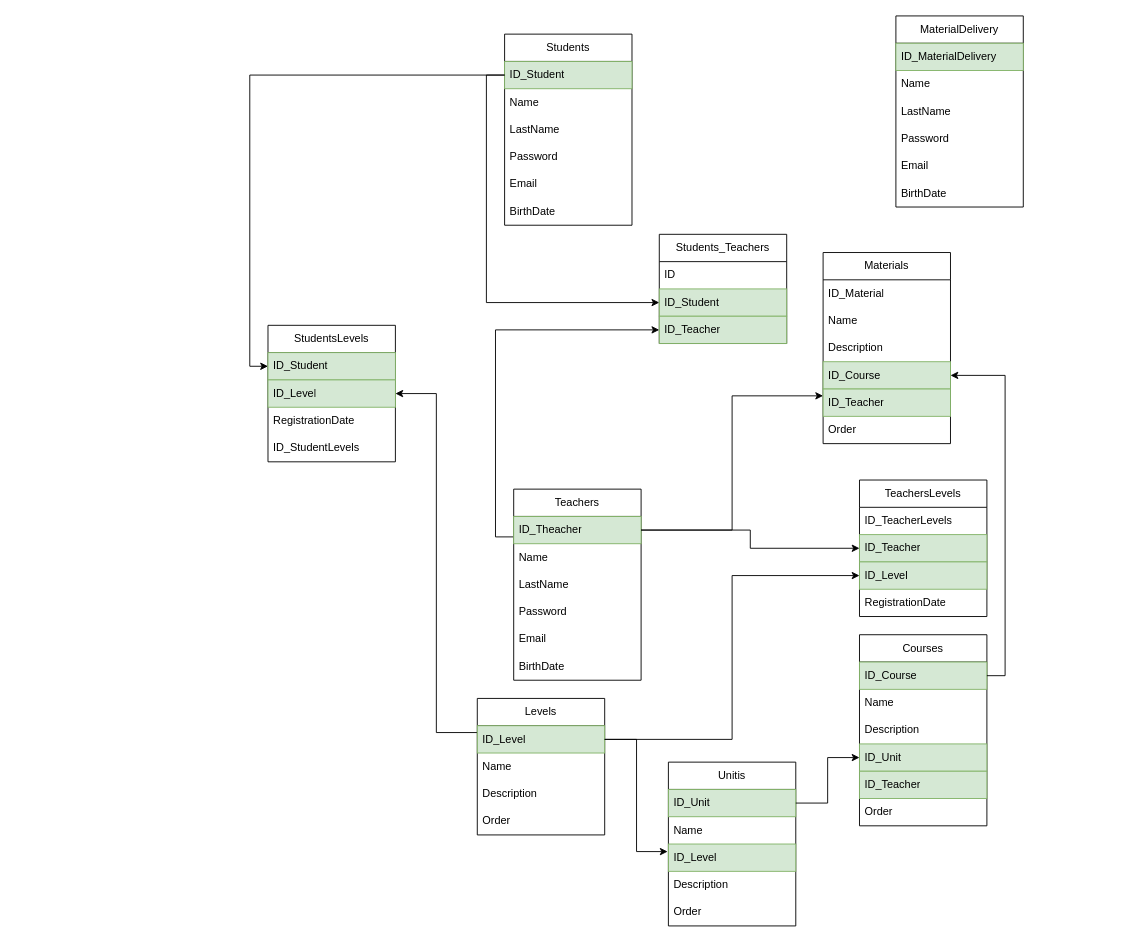
Earlier version of the draw.io diagram page "Página-2" (2 of 2) of in-ingles.drawio (leandroveron1110/DataAnalytics). Source tidied: cells renumbered, new cells numbered last; positions are measured from the earlier drawing's top-left corner, leaving out a move shared by most shapes. Both pictures are drawn from the tidied source at 91%, with x=0, y=0 at pixel (268, 15).
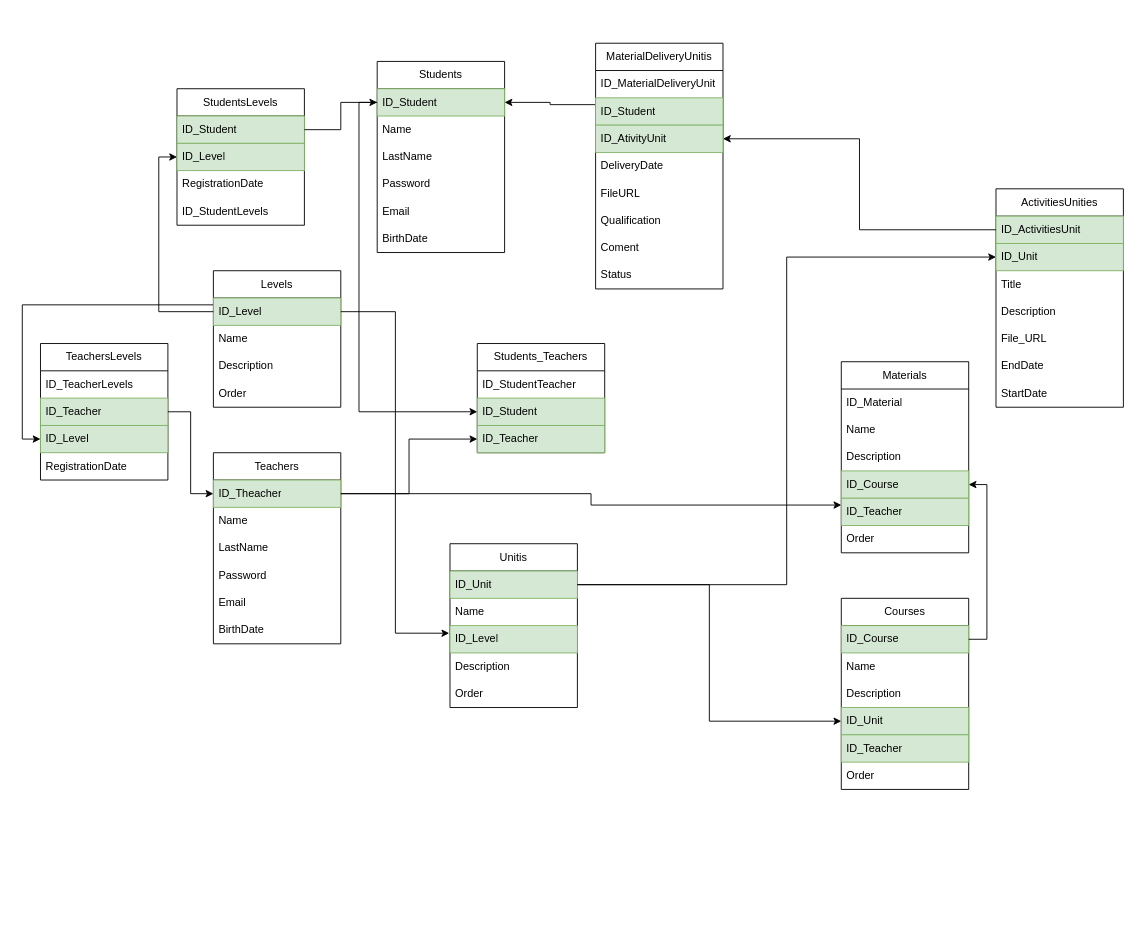
The same page after the edit.

Unchanged cells that the change refers to:
```xml
<mxCell id="3" value="ID_Student" style="text;strokeColor=#82b366;fillColor=#d5e8d4;align=left;verticalAlign=middle;spacingLeft=4;spacingRight=4;overflow=hidden;points=[[0,0.5],[1,0.5]];portConstraint=eastwest;whiteSpace=wrap;html=1;" parent="2" vertex="1">
  <mxGeometry y="30" width="140" height="30" as="geometry" />
</mxCell>
<mxCell id="11" value="ID_Theacher" style="text;strokeColor=#82b366;fillColor=#d5e8d4;align=left;verticalAlign=middle;spacingLeft=4;spacingRight=4;overflow=hidden;points=[[0,0.5],[1,0.5]];portConstraint=eastwest;whiteSpace=wrap;html=1;" parent="10" vertex="1">
  <mxGeometry y="30" width="140" height="30" as="geometry" />
</mxCell>
<mxCell id="20" value="ID_Teacher" style="text;strokeColor=#82b366;fillColor=#d5e8d4;align=left;verticalAlign=middle;spacingLeft=4;spacingRight=4;overflow=hidden;points=[[0,0.5],[1,0.5]];portConstraint=eastwest;whiteSpace=wrap;html=1;" parent="17" vertex="1">
  <mxGeometry y="90" width="140" height="30" as="geometry" />
</mxCell>
<mxCell id="23" value="ID_Level" style="text;strokeColor=#82b366;fillColor=#d5e8d4;align=left;verticalAlign=middle;spacingLeft=4;spacingRight=4;overflow=hidden;points=[[0,0.5],[1,0.5]];portConstraint=eastwest;whiteSpace=wrap;html=1;" parent="22" vertex="1">
  <mxGeometry y="30" width="140" height="30" as="geometry" />
</mxCell>
<mxCell id="28" value="ID_Student" style="text;strokeColor=#82b366;fillColor=#d5e8d4;align=left;verticalAlign=middle;spacingLeft=4;spacingRight=4;overflow=hidden;points=[[0,0.5],[1,0.5]];portConstraint=eastwest;whiteSpace=wrap;html=1;" parent="27" vertex="1">
  <mxGeometry y="30" width="140" height="30" as="geometry" />
</mxCell>
<mxCell id="35" value="ID_Teacher" style="text;strokeColor=#82b366;fillColor=#d5e8d4;align=left;verticalAlign=middle;spacingLeft=4;spacingRight=4;overflow=hidden;points=[[0,0.5],[1,0.5]];portConstraint=eastwest;whiteSpace=wrap;html=1;" parent="33" vertex="1">
  <mxGeometry y="60" width="140" height="30" as="geometry" />
</mxCell>
<mxCell id="36" value="ID_Level" style="text;strokeColor=#82b366;fillColor=#d5e8d4;align=left;verticalAlign=middle;spacingLeft=4;spacingRight=4;overflow=hidden;points=[[0,0.5],[1,0.5]];portConstraint=eastwest;whiteSpace=wrap;html=1;" parent="33" vertex="1">
  <mxGeometry y="90" width="140" height="30" as="geometry" />
</mxCell>
<mxCell id="41" value="ID_Unit" style="text;align=left;verticalAlign=middle;spacingLeft=4;spacingRight=4;overflow=hidden;points=[[0,0.5],[1,0.5]];portConstraint=eastwest;whiteSpace=wrap;html=1;fillColor=#d5e8d4;strokeColor=#82b366;" parent="40" vertex="1">
  <mxGeometry y="30" width="140" height="30" as="geometry" />
</mxCell>
```

Diff of the diagram source:
```diff
@@
     <mxCell id="2" value="Students" style="swimlane;fontStyle=0;horizontal=1;startSize=30;whiteSpace=wrap;html=1;" parent="1" vertex="1">
-      <mxGeometry x="260" y="20" width="140" height="210" as="geometry" />
+      <mxGeometry x="120" y="50" width="140" height="210" as="geometry" />
     </mxCell>
@@
-    <mxCell id="9" style="edgeStyle=orthogonalEdgeStyle;rounded=0;jettySize=auto;html=1;exitX=0;exitY=0.25;exitDx=0;exitDy=0;entryX=0;entryY=0.5;entryDx=0;entryDy=0;" parent="1" edge="1" source="10" target="20">
-      <mxGeometry relative="1" as="geometry" />
-    </mxCell>
     <mxCell id="10" value="Teachers" style="swimlane;fontStyle=0;horizontal=1;startSize=30;whiteSpace=wrap;html=1;" parent="1" vertex="1">
-      <mxGeometry x="270" y="520" width="140" height="210" as="geometry" />
+      <mxGeometry x="-60" y="480" width="140" height="210" as="geometry" />
     </mxCell>
@@
     <mxCell id="17" value="Students_Teachers" style="swimlane;fontStyle=0;horizontal=1;startSize=30;whiteSpace=wrap;html=1;" parent="1" vertex="1">
-      <mxGeometry x="430" y="240" width="140" height="120" as="geometry" />
+      <mxGeometry x="230" y="360" width="140" height="120" as="geometry" />
     </mxCell>
-    <mxCell id="18" value="ID" style="text;strokeColor=none;fillColor=none;align=left;verticalAlign=middle;spacingLeft=4;spacingRight=4;overflow=hidden;whiteSpace=wrap;html=1;" parent="17" vertex="1">
+    <mxCell id="18" value="ID_StudentTeacher" style="text;strokeColor=none;fillColor=none;align=left;verticalAlign=middle;spacingLeft=4;spacingRight=4;overflow=hidden;whiteSpace=wrap;html=1;" parent="17" vertex="1">
       <mxGeometry y="30" width="140" height="30" as="geometry" />
     </mxCell>
@@
-    <mxCell id="21" style="edgeStyle=orthogonalEdgeStyle;rounded=0;jettySize=auto;html=1;exitX=0;exitY=0.25;exitDx=0;exitDy=0;entryX=1;entryY=0.5;entryDx=0;entryDy=0;" parent="1" edge="1" source="22" target="27">
-      <mxGeometry relative="1" as="geometry" />
-    </mxCell>
+    <mxCell id="72" style="edgeStyle=orthogonalEdgeStyle;rounded=0;jettySize=auto;html=1;exitX=0;exitY=0.25;exitDx=0;exitDy=0;entryX=0;entryY=0.5;entryDx=0;entryDy=0;" parent="1" edge="1" source="22" target="36">
+      <mxGeometry relative="1" as="geometry" />
+    </mxCell>
     <mxCell id="22" value="Levels" style="swimlane;fontStyle=0;horizontal=1;startSize=30;whiteSpace=wrap;html=1;" parent="1" vertex="1">
-      <mxGeometry x="230" y="750" width="140" height="150" as="geometry" />
+      <mxGeometry x="-60" y="280" width="140" height="150" as="geometry" />
     </mxCell>
@@
     <mxCell id="27" value="StudentsLevels" style="swimlane;fontStyle=0;horizontal=1;startSize=30;whiteSpace=wrap;html=1;" parent="1" vertex="1">
-      <mxGeometry y="340" width="140" height="150" as="geometry" />
+      <mxGeometry x="-100" y="80" width="140" height="150" as="geometry" />
     </mxCell>
@@
-    <mxCell id="32" style="edgeStyle=orthogonalEdgeStyle;rounded=0;jettySize=auto;html=1;exitX=0;exitY=0.5;exitDx=0;exitDy=0;entryX=0;entryY=0.5;entryDx=0;entryDy=0;" parent="1" edge="1" source="3" target="28">
-      <mxGeometry relative="1" as="geometry" />
-    </mxCell>
     <mxCell id="33" value="TeachersLevels" style="swimlane;fontStyle=0;horizontal=1;startSize=30;whiteSpace=wrap;html=1;" parent="1" vertex="1">
-      <mxGeometry x="650" y="510" width="140" height="150" as="geometry" />
+      <mxGeometry x="-250" y="360" width="140" height="150" as="geometry" />
     </mxCell>
@@
-    <mxCell id="38" style="edgeStyle=orthogonalEdgeStyle;rounded=0;jettySize=auto;html=1;exitX=1;exitY=0.5;exitDx=0;exitDy=0;entryX=0;entryY=0.5;entryDx=0;entryDy=0;" parent="1" edge="1" source="11" target="35">
-      <mxGeometry relative="1" as="geometry" />
-    </mxCell>
-    <mxCell id="39" style="edgeStyle=orthogonalEdgeStyle;rounded=0;jettySize=auto;html=1;exitX=1;exitY=0.5;exitDx=0;exitDy=0;entryX=0;entryY=0.5;entryDx=0;entryDy=0;" parent="1" edge="1" source="23" target="36">
-      <mxGeometry relative="1" as="geometry" />
-    </mxCell>
     <mxCell id="40" value="Unitis" style="swimlane;fontStyle=0;horizontal=1;startSize=30;whiteSpace=wrap;html=1;" parent="1" vertex="1">
-      <mxGeometry x="440" y="820" width="140" height="180" as="geometry" />
+      <mxGeometry x="200" y="580" width="140" height="180" as="geometry" />
     </mxCell>
@@
     <mxCell id="47" value="Courses" style="swimlane;fontStyle=0;horizontal=1;startSize=30;whiteSpace=wrap;html=1;" parent="1" vertex="1">
-      <mxGeometry x="650" y="680" width="140" height="210" as="geometry" />
+      <mxGeometry x="630" y="640" width="140" height="210" as="geometry" />
     </mxCell>
@@
     <mxCell id="55" value="Materials" style="swimlane;fontStyle=0;horizontal=1;startSize=30;whiteSpace=wrap;html=1;" parent="1" vertex="1">
-      <mxGeometry x="610" y="260" width="140" height="210" as="geometry" />
+      <mxGeometry x="630" y="380" width="140" height="210" as="geometry" />
     </mxCell>
@@
+    <mxCell id="73" style="edgeStyle=orthogonalEdgeStyle;rounded=0;jettySize=auto;html=1;exitX=0;exitY=0.25;exitDx=0;exitDy=0;entryX=1;entryY=0.5;entryDx=0;entryDy=0;" parent="1" edge="1" source="65" target="3">
+      <mxGeometry relative="1" as="geometry" />
+    </mxCell>
-    <mxCell id="65" value="MaterialDelivery" style="swimlane;fontStyle=0;horizontal=1;startSize=30;whiteSpace=wrap;html=1;" parent="1" vertex="1">
-      <mxGeometry x="690" width="140" height="210" as="geometry" />
+    <mxCell id="65" value="MaterialDeliveryUnitis" style="swimlane;fontStyle=0;horizontal=1;startSize=30;whiteSpace=wrap;html=1;" parent="1" vertex="1">
+      <mxGeometry x="360" y="30" width="140" height="270" as="geometry" />
     </mxCell>
-    <mxCell id="66" value="ID_MaterialDelivery" style="text;strokeColor=#82b366;fillColor=#d5e8d4;align=left;verticalAlign=middle;spacingLeft=4;spacingRight=4;overflow=hidden;whiteSpace=wrap;html=1;" parent="65" vertex="1">
+    <mxCell id="66" value="ID_MaterialDeliveryUnit" style="text;align=left;verticalAlign=middle;spacingLeft=4;spacingRight=4;overflow=hidden;whiteSpace=wrap;html=1;" parent="65" vertex="1">
       <mxGeometry y="30" width="140" height="30" as="geometry" />
     </mxCell>
-    <mxCell id="67" value="Name" style="text;strokeColor=none;fillColor=none;align=left;verticalAlign=middle;spacingLeft=4;spacingRight=4;overflow=hidden;whiteSpace=wrap;html=1;" parent="65" vertex="1">
+    <mxCell id="67" value="ID_Student" style="text;strokeColor=#82b366;fillColor=#d5e8d4;align=left;verticalAlign=middle;spacingLeft=4;spacingRight=4;overflow=hidden;whiteSpace=wrap;html=1;" parent="65" vertex="1">
       <mxGeometry y="60" width="140" height="30" as="geometry" />
     </mxCell>
-    <mxCell id="68" value="LastName" style="text;strokeColor=none;fillColor=none;align=left;verticalAlign=middle;spacingLeft=4;spacingRight=4;overflow=hidden;points=[[0,0.5],[1,0.5]];portConstraint=eastwest;whiteSpace=wrap;html=1;" parent="65" vertex="1">
+    <mxCell id="68" value="ID_AtivityUnit" style="text;strokeColor=#82b366;fillColor=#d5e8d4;align=left;verticalAlign=middle;spacingLeft=4;spacingRight=4;overflow=hidden;points=[[0,0.5],[1,0.5]];portConstraint=eastwest;whiteSpace=wrap;html=1;" parent="65" vertex="1">
       <mxGeometry y="90" width="140" height="30" as="geometry" />
     </mxCell>
-    <mxCell id="69" value="Password" style="text;strokeColor=none;fillColor=none;align=left;verticalAlign=middle;spacingLeft=4;spacingRight=4;overflow=hidden;whiteSpace=wrap;html=1;" parent="65" vertex="1">
+    <mxCell id="69" value="DeliveryDate" style="text;strokeColor=none;fillColor=none;align=left;verticalAlign=middle;spacingLeft=4;spacingRight=4;overflow=hidden;whiteSpace=wrap;html=1;" parent="65" vertex="1">
       <mxGeometry y="120" width="140" height="30" as="geometry" />
     </mxCell>
-    <mxCell id="70" value="Email" style="text;strokeColor=none;fillColor=none;align=left;verticalAlign=middle;spacingLeft=4;spacingRight=4;overflow=hidden;whiteSpace=wrap;html=1;" parent="65" vertex="1">
+    <mxCell id="70" value="FileURL" style="text;strokeColor=none;fillColor=none;align=left;verticalAlign=middle;spacingLeft=4;spacingRight=4;overflow=hidden;whiteSpace=wrap;html=1;" parent="65" vertex="1">
       <mxGeometry y="150" width="140" height="30" as="geometry" />
     </mxCell>
-    <mxCell id="71" value="BirthDate" style="text;strokeColor=none;fillColor=none;align=left;verticalAlign=middle;spacingLeft=4;spacingRight=4;overflow=hidden;whiteSpace=wrap;html=1;" parent="65" vertex="1">
+    <mxCell id="71" value="Qualification" style="text;strokeColor=none;fillColor=none;align=left;verticalAlign=middle;spacingLeft=4;spacingRight=4;overflow=hidden;whiteSpace=wrap;html=1;" parent="65" vertex="1">
       <mxGeometry y="180" width="140" height="30" as="geometry" />
     </mxCell>
+    <mxCell id="74" value="Coment" style="text;strokeColor=none;fillColor=none;align=left;verticalAlign=middle;spacingLeft=4;spacingRight=4;overflow=hidden;whiteSpace=wrap;html=1;" parent="65" vertex="1">
+      <mxGeometry y="210" width="140" height="30" as="geometry" />
+    </mxCell>
+    <mxCell id="75" value="Status" style="text;strokeColor=none;fillColor=none;align=left;verticalAlign=middle;spacingLeft=4;spacingRight=4;overflow=hidden;whiteSpace=wrap;html=1;" parent="65" vertex="1">
+      <mxGeometry y="240" width="140" height="30" as="geometry" />
+    </mxCell>
+    <mxCell id="76" value="ActivitiesUnities" style="swimlane;fontStyle=0;horizontal=1;startSize=30;whiteSpace=wrap;html=1;" parent="1" vertex="1">
+      <mxGeometry x="800" y="190" width="140" height="240" as="geometry" />
+    </mxCell>
+    <mxCell id="77" value="ID_ActivitiesUnit" style="text;align=left;verticalAlign=middle;spacingLeft=4;spacingRight=4;overflow=hidden;points=[[0,0.5],[1,0.5]];portConstraint=eastwest;whiteSpace=wrap;html=1;fillColor=#d5e8d4;strokeColor=#82b366;" parent="76" vertex="1">
+      <mxGeometry y="30" width="140" height="30" as="geometry" />
+    </mxCell>
+    <mxCell id="78" value="ID_Unit" style="text;strokeColor=#82b366;fillColor=#d5e8d4;align=left;verticalAlign=middle;spacingLeft=4;spacingRight=4;overflow=hidden;points=[[0,0.5],[1,0.5]];portConstraint=eastwest;whiteSpace=wrap;html=1;" parent="76" vertex="1">
+      <mxGeometry y="60" width="140" height="30" as="geometry" />
+    </mxCell>
+    <mxCell id="79" value="Title" style="text;strokeColor=none;fillColor=none;align=left;verticalAlign=middle;spacingLeft=4;spacingRight=4;overflow=hidden;whiteSpace=wrap;html=1;" parent="76" vertex="1">
+      <mxGeometry y="90" width="140" height="30" as="geometry" />
+    </mxCell>
+    <mxCell id="80" value="Description" style="text;strokeColor=none;fillColor=none;align=left;verticalAlign=middle;spacingLeft=4;spacingRight=4;overflow=hidden;whiteSpace=wrap;html=1;" parent="76" vertex="1">
+      <mxGeometry y="120" width="140" height="30" as="geometry" />
+    </mxCell>
+    <mxCell id="81" value="File_URL" style="text;strokeColor=none;fillColor=none;align=left;verticalAlign=middle;spacingLeft=4;spacingRight=4;overflow=hidden;whiteSpace=wrap;html=1;" parent="76" vertex="1">
+      <mxGeometry y="150" width="140" height="30" as="geometry" />
+    </mxCell>
+    <mxCell id="82" value="EndDate" style="text;strokeColor=none;fillColor=none;align=left;verticalAlign=middle;spacingLeft=4;spacingRight=4;overflow=hidden;whiteSpace=wrap;html=1;" parent="76" vertex="1">
+      <mxGeometry y="180" width="140" height="30" as="geometry" />
+    </mxCell>
+    <mxCell id="83" value="StartDate" style="text;strokeColor=none;fillColor=none;align=left;verticalAlign=middle;spacingLeft=4;spacingRight=4;overflow=hidden;whiteSpace=wrap;html=1;" parent="76" vertex="1">
+      <mxGeometry y="210" width="140" height="30" as="geometry" />
+    </mxCell>
+    <mxCell id="84" style="edgeStyle=orthogonalEdgeStyle;rounded=0;jettySize=auto;html=1;exitX=0;exitY=0.5;exitDx=0;exitDy=0;entryX=1;entryY=0.5;entryDx=0;entryDy=0;" parent="1" edge="1" source="77" target="68">
+      <mxGeometry relative="1" as="geometry" />
+    </mxCell>
+    <mxCell id="85" style="edgeStyle=orthogonalEdgeStyle;rounded=0;jettySize=auto;html=1;exitX=1;exitY=0.5;exitDx=0;exitDy=0;entryX=0;entryY=0.5;entryDx=0;entryDy=0;" parent="1" edge="1" source="35" target="11">
+      <mxGeometry relative="1" as="geometry" />
+    </mxCell>
+    <mxCell id="86" style="edgeStyle=orthogonalEdgeStyle;rounded=0;jettySize=auto;html=1;exitX=0;exitY=0.5;exitDx=0;exitDy=0;entryX=0;entryY=0.5;entryDx=0;entryDy=0;" parent="1" edge="1" source="23" target="27">
+      <mxGeometry relative="1" as="geometry" />
+    </mxCell>
+    <mxCell id="87" style="edgeStyle=orthogonalEdgeStyle;rounded=0;jettySize=auto;html=1;exitX=1;exitY=0.5;exitDx=0;exitDy=0;entryX=0;entryY=0.5;entryDx=0;entryDy=0;" parent="1" edge="1" source="11" target="20">
+      <mxGeometry relative="1" as="geometry" />
+    </mxCell>
+    <mxCell id="88" style="edgeStyle=orthogonalEdgeStyle;rounded=0;jettySize=auto;html=1;exitX=1;exitY=0.5;exitDx=0;exitDy=0;entryX=0;entryY=0.5;entryDx=0;entryDy=0;" parent="1" edge="1" source="28" target="3">
+      <mxGeometry relative="1" as="geometry" />
+    </mxCell>
+    <mxCell id="89" style="edgeStyle=orthogonalEdgeStyle;rounded=0;jettySize=auto;html=1;exitX=1;exitY=0.5;exitDx=0;exitDy=0;entryX=0;entryY=0.5;entryDx=0;entryDy=0;" parent="1" edge="1" source="41" target="78">
+      <mxGeometry relative="1" as="geometry" />
+    </mxCell>
```
